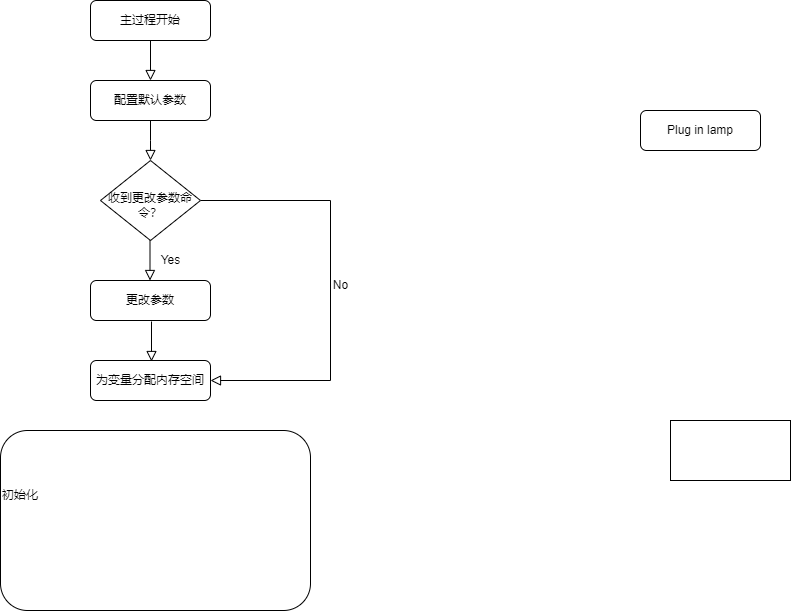
Earlier version of the draw.io export main.png (Sky199710/myDiagram). Source tidied: cells renumbered, new cells last; positions are measured from the earlier drawing's top-left corner, leaving out a move shared by most shapes.
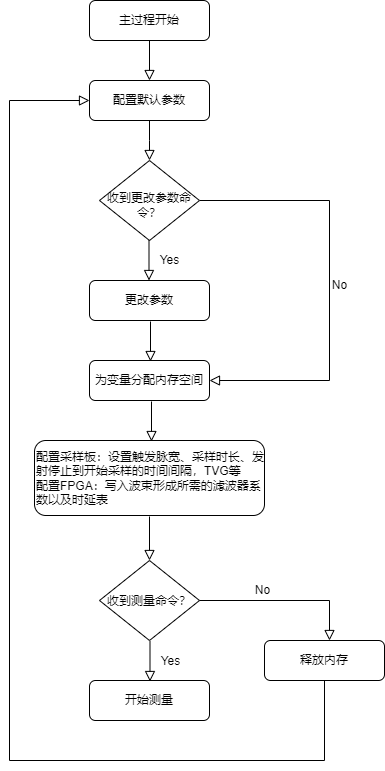
After the change.

Diff of the diagram source:
```diff
@@ -18,18 +18,12 @@
         </Array>
       </mxGeometry>
     </mxCell>
-    <mxCell id="5" value="Plug in lamp" style="rounded=1;whiteSpace=wrap;html=1;fontSize=12;glass=0;strokeWidth=1;shadow=0;" parent="1" vertex="1">
-      <mxGeometry x="640" y="110" width="120" height="40" as="geometry" />
-    </mxCell>
     <mxCell id="6" value="收到更改参数命令？" style="rhombus;shadow=0;fontFamily=Helvetica;fontSize=12;align=center;strokeWidth=1;spacing=6;spacingTop=9;verticalAlign=middle;labelPosition=center;verticalLabelPosition=middle;html=1;whiteSpace=wrap;" parent="1" vertex="1">
       <mxGeometry x="100" y="160" width="100" height="80" as="geometry" />
     </mxCell>
     <mxCell id="7" value="更改参数" style="rounded=1;whiteSpace=wrap;html=1;fontSize=12;glass=0;strokeWidth=1;shadow=0;" parent="1" vertex="1">
       <mxGeometry x="90" y="280" width="120" height="40" as="geometry" />
     </mxCell>
-    <mxCell id="8" style="rounded=0;whiteSpace=wrap;html=1;" parent="1" vertex="1">
-      <mxGeometry x="670" y="420" width="120" height="60" as="geometry" />
-    </mxCell>
     <mxCell id="9" value="配置默认参数" style="rounded=1;whiteSpace=wrap;html=1;fontSize=12;glass=0;strokeWidth=1;shadow=0;" parent="1" vertex="1">
       <mxGeometry x="90" y="80" width="120" height="40" as="geometry" />
     </mxCell>
@@ -56,8 +50,54 @@
         <mxPoint x="151" y="361" as="targetPoint" />
       </mxGeometry>
     </mxCell>
-    <mxCell id="14" value="初始化" style="rounded=1;whiteSpace=wrap;html=1;fontSize=12;glass=0;strokeWidth=1;shadow=0;align=left;spacingTop=-50;spacing=2;" parent="1" vertex="1">
-      <mxGeometry y="430" width="310" height="180" as="geometry" />
+    <mxCell id="14" value="配置采样板：设置触发脉宽、采样时长、发射停止到开始采样的时间间隔，TVG等&lt;br&gt;配置FPGA：写入波束形成所需的滤波器系数以及时延表" style="rounded=1;whiteSpace=wrap;html=1;fontSize=12;glass=0;strokeWidth=1;shadow=0;align=left;spacingTop=0;spacing=2;" parent="1" vertex="1">
+      <mxGeometry x="35" y="440" width="230" height="75" as="geometry" />
     </mxCell>
+    <mxCell id="15" style="rounded=0;html=1;jettySize=auto;orthogonalLoop=1;fontSize=11;endArrow=block;endFill=0;endSize=8;strokeWidth=1;shadow=0;labelBackgroundColor=none;edgeStyle=orthogonalEdgeStyle;" parent="1" edge="1">
+      <mxGeometry relative="1" as="geometry">
+        <mxPoint x="152" y="401" as="sourcePoint" />
+        <mxPoint x="152" y="441" as="targetPoint" />
+      </mxGeometry>
+    </mxCell>
+    <mxCell id="16" value="收到测量命令？" style="rhombus;shadow=0;fontFamily=Helvetica;fontSize=12;align=center;strokeWidth=1;spacing=6;spacingTop=2;verticalAlign=middle;labelPosition=center;verticalLabelPosition=middle;html=1;whiteSpace=wrap;" parent="1" vertex="1">
+      <mxGeometry x="100" y="560" width="100" height="80" as="geometry" />
+    </mxCell>
+    <mxCell id="17" style="rounded=0;html=1;jettySize=auto;orthogonalLoop=1;fontSize=11;endArrow=block;endFill=0;endSize=8;strokeWidth=1;shadow=0;labelBackgroundColor=none;edgeStyle=orthogonalEdgeStyle;" parent="1" edge="1">
+      <mxGeometry relative="1" as="geometry">
+        <mxPoint x="150" y="516" as="sourcePoint" />
+        <mxPoint x="150" y="560" as="targetPoint" />
+      </mxGeometry>
+    </mxCell>
+    <mxCell id="18" value="Yes" style="rounded=0;html=1;jettySize=auto;orthogonalLoop=1;fontSize=11;endArrow=block;endFill=0;endSize=8;strokeWidth=1;shadow=0;labelBackgroundColor=none;edgeStyle=orthogonalEdgeStyle;exitX=0.5;exitY=1;exitDx=0;exitDy=0;" parent="1" edge="1">
+      <mxGeometry y="20" relative="1" as="geometry">
+        <mxPoint x="150.5" y="641" as="sourcePoint" />
+        <mxPoint x="150.5" y="681" as="targetPoint" />
+      </mxGeometry>
+    </mxCell>
+    <mxCell id="19" value="开始测量" style="rounded=1;whiteSpace=wrap;html=1;fontSize=12;glass=0;strokeWidth=1;shadow=0;" parent="1" vertex="1">
+      <mxGeometry x="90" y="680" width="120" height="40" as="geometry" />
+    </mxCell>
+    <mxCell id="20" value="No" style="edgeStyle=orthogonalEdgeStyle;rounded=0;html=1;jettySize=auto;orthogonalLoop=1;fontSize=11;endArrow=block;endFill=0;endSize=8;strokeWidth=1;shadow=0;labelBackgroundColor=none;" parent="1" edge="1">
+      <mxGeometry x="-0.26" y="10" relative="1" as="geometry">
+        <mxPoint x="200" y="600" as="sourcePoint" />
+        <mxPoint x="330" y="640" as="targetPoint" />
+        <Array as="points">
+          <mxPoint x="200" y="600" />
+          <mxPoint x="330" y="600" />
+        </Array>
+      </mxGeometry>
+    </mxCell>
+    <mxCell id="21" value="释放内存" style="rounded=1;whiteSpace=wrap;html=1;fontSize=12;glass=0;strokeWidth=1;shadow=0;" parent="1" vertex="1">
+      <mxGeometry x="265" y="640" width="120" height="40" as="geometry" />
+    </mxCell>
+    <mxCell id="22" style="rounded=0;html=1;jettySize=auto;fontSize=11;endArrow=block;endFill=0;endSize=8;strokeWidth=1;shadow=0;labelBackgroundColor=none;edgeStyle=orthogonalEdgeStyle;exitX=0.5;exitY=1;exitDx=0;exitDy=0;entryX=0;entryY=0.5;entryDx=0;entryDy=0;" parent="1" edge="1" source="21" target="9">
+      <mxGeometry relative="1" as="geometry">
+        <Array as="points">
+          <mxPoint x="325" y="760" />
+          <mxPoint x="10" y="760" />
+          <mxPoint x="10" y="100" />
+        </Array>
+      </mxGeometry>
+    </mxCell>
   </root>
 </mxGraphModel>
```
